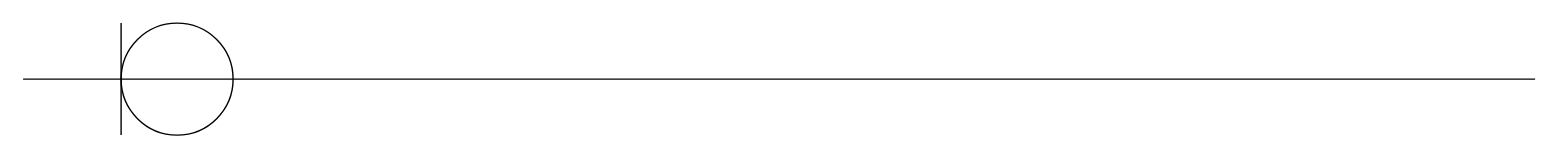
Before: Untitled Diagram.drawio in ctsutake/opt, a draw.io diagram. Source tidied: cells renumbered, new cells numbered last; positions are measured from the earlier drawing's top-left corner, leaving out a move shared by most shapes. Both pictures are drawn from the tidied source at 140%, with x=0, y=0 at pixel (22, 22).
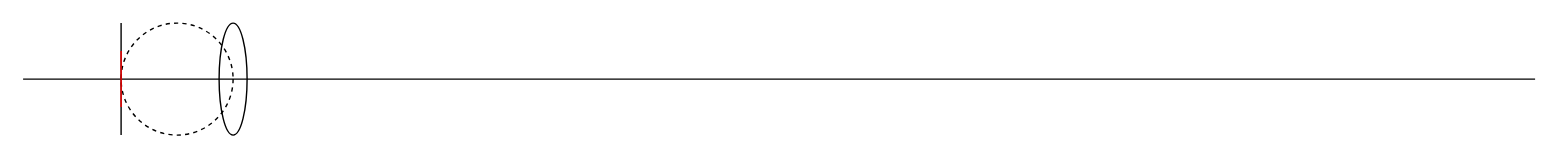
After the change.

The edit, as a diff of the source:
```diff
@@
 <mxGraphModel>
   <root>
     <mxCell id="0" />
     <mxCell id="1" parent="0" />
-    <mxCell id="2" style="ellipse;whiteSpace=wrap;html=1;fillColor=none;" parent="1" vertex="1">
+    <mxCell id="2" style="ellipse;whiteSpace=wrap;html=1;fillColor=none;dashed=1;" parent="1" vertex="1">
       <mxGeometry x="70" width="80" height="80" as="geometry" />
     </mxCell>
     <mxCell id="3" style="endArrow=none;html=1;" parent="1" edge="1">
       <mxGeometry relative="1" as="geometry">
         <mxPoint y="40" as="sourcePoint" />
         <mxPoint x="1080" y="40" as="targetPoint" />
       </mxGeometry>
     </mxCell>
     <mxCell id="4" style="endArrow=none;html=1;" parent="1" edge="1">
       <mxGeometry relative="1" as="geometry">
         <mxPoint x="70" y="80" as="sourcePoint" />
         <mxPoint x="70" as="targetPoint" />
       </mxGeometry>
     </mxCell>
+    <mxCell id="5" style="endArrow=none;html=1;strokeColor=#FF0000;" parent="1" edge="1">
+      <mxGeometry relative="1" as="geometry">
+        <mxPoint x="70" y="60" as="sourcePoint" />
+        <mxPoint x="70" y="20" as="targetPoint" />
+      </mxGeometry>
+    </mxCell>
+    <mxCell id="6" style="ellipse;whiteSpace=wrap;html=1;strokeColor=#000000;fillColor=none;" parent="1" vertex="1">
+      <mxGeometry x="140" width="20" height="80" as="geometry" />
+    </mxCell>
   </root>
 </mxGraphModel>
```
